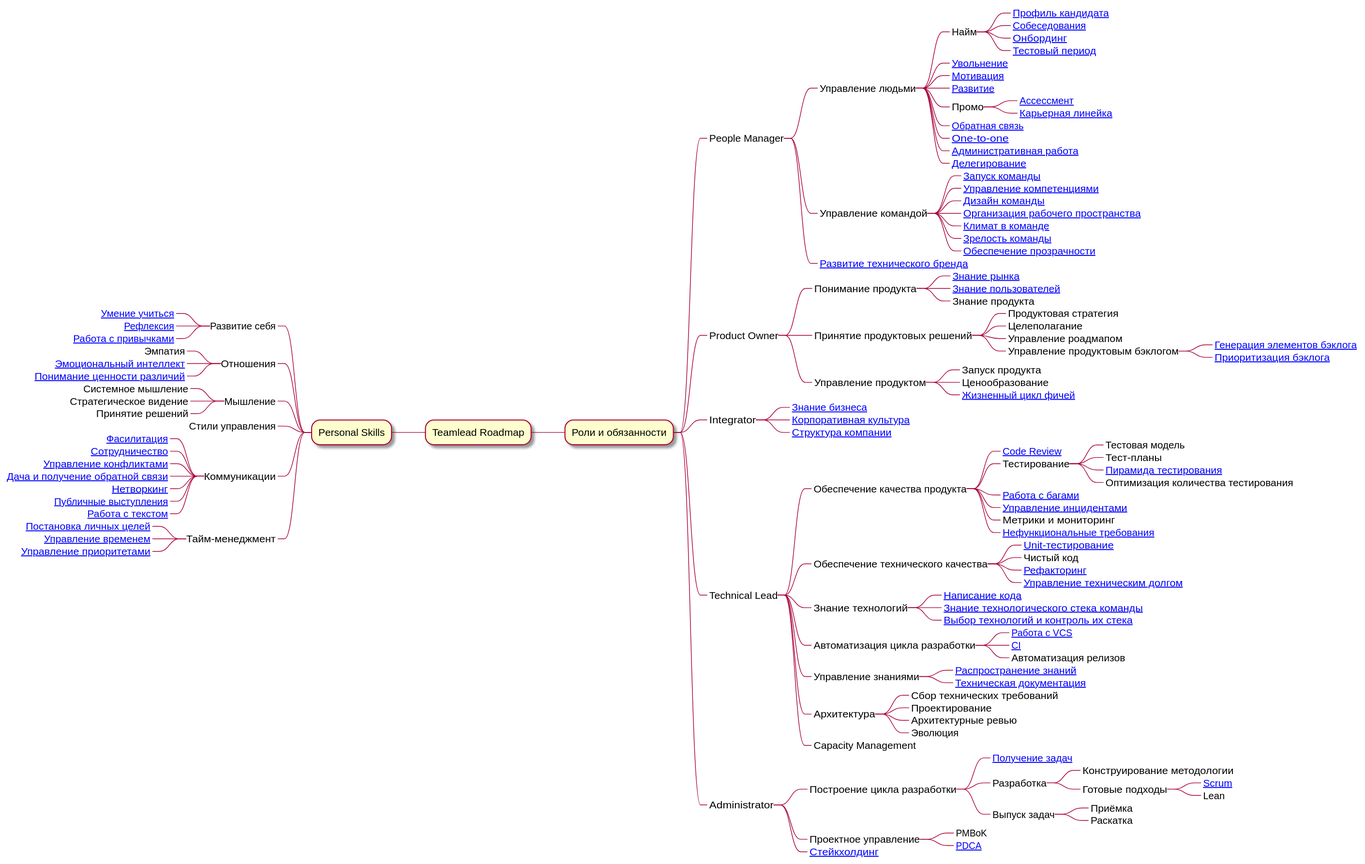
tlbootcamp/tlroadmap keeps this PlantUML diagram as roadmap.svg. Above is the earlier version.
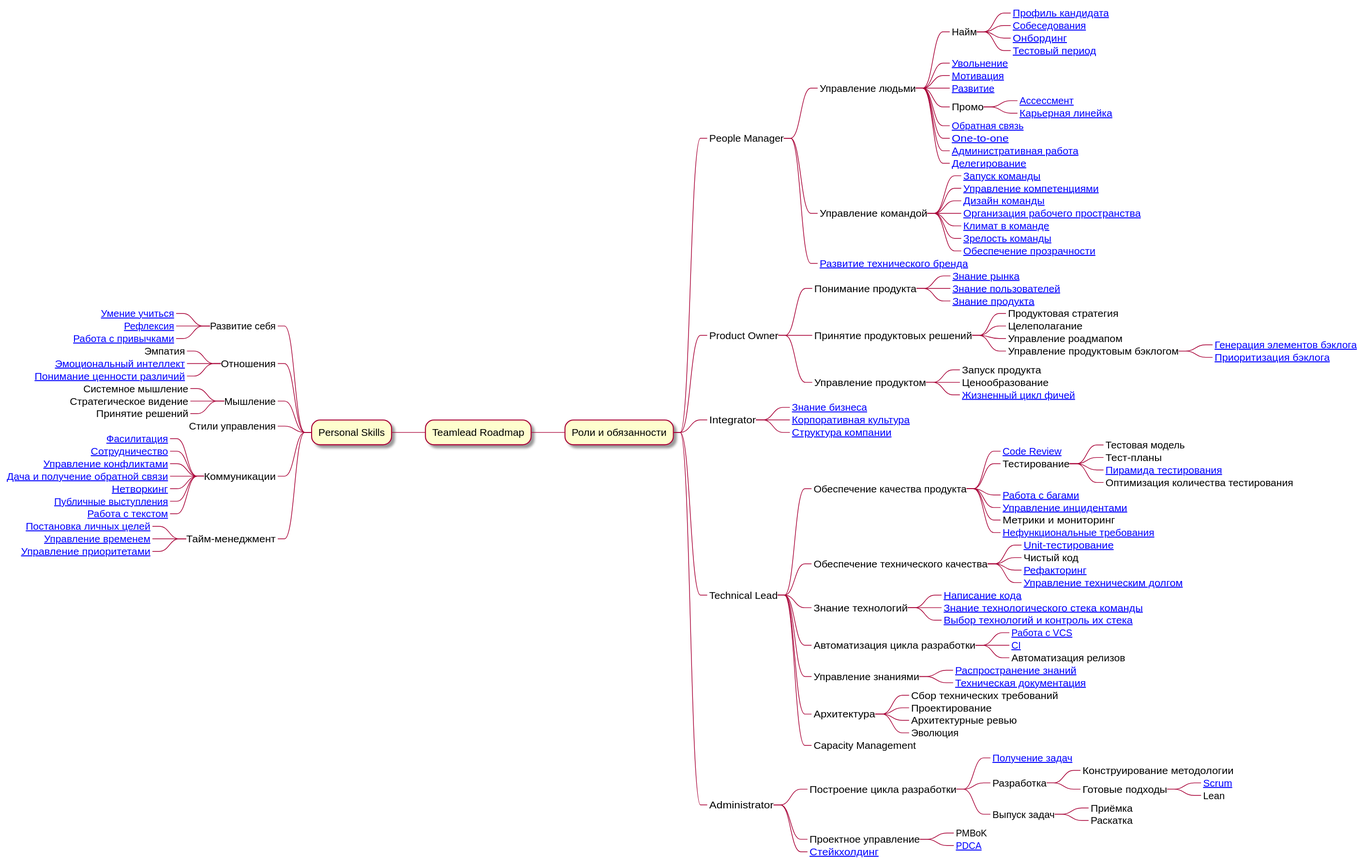
Later version of the same file.

Commit message:
Описал ветку "Знание продукта"

Diff of the diagram source:
```diff
@@ -31,7 +31,7 @@
 ****_ Понимание продукта
 *****_ [[https://github.com/tlbootcamp/tlroadmap/blob/master/skills/product-owner/market-knowledge.md Знание рынка]]
 *****_ [[https://github.com/tlbootcamp/tlroadmap/blob/master/skills/product-owner/user-knowledge.md Знание пользователей]]
-*****_ Знание продукта
+*****_ [[https://github.com/tlbootcamp/tlroadmap/blob/master/skills/product-owner/product-knowledge.md Знание продукта]]
 ****_ Принятие продуктовых решений
 *****_ Продуктовая стратегия
 *****_ Целеполагание
```
